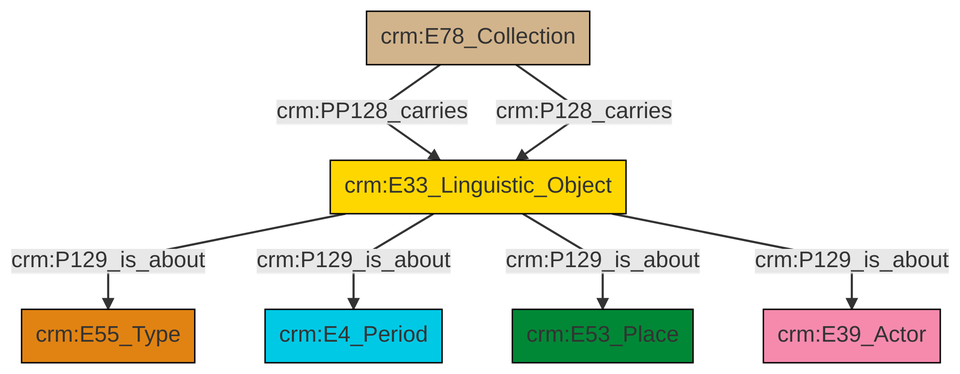
Earlier version of the Mermaid export et/archivalCSV/ttl/mmd/png/archival_aboutness.png (swiss-art-research-net/docs.swissartresearch). Its source is kept beside it as et/archivalCSV/ttl/mmd/archival_aboutness.ttl.mmd.
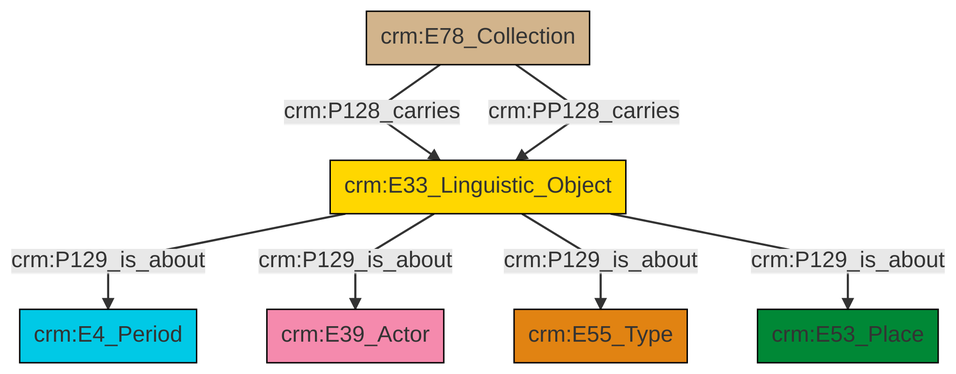
Later version of the same file.

What changed in the source:
```diff
@@ -13,9 +13,9 @@
 classDef PC_Classes fill:#4ce600, stroke:#000000;
 classDef Multi fill:#cccccc,stroke:#000000;
 
-4["crm:E33_Linguistic_Object"]:::Conceptual_Object -->|crm:P129_is_about| 5["crm:E55_Type"]:::Type
-4["crm:E33_Linguistic_Object"]:::Conceptual_Object -->|crm:P129_is_about| 7["crm:E4_Period"]:::Temporal_Entity
-2["crm:E78_Collection"]:::Physical_Thing -->|crm:PP128_carries| 4["crm:E33_Linguistic_Object"]:::Conceptual_Object
-4["crm:E33_Linguistic_Object"]:::Conceptual_Object -->|crm:P129_is_about| 0["crm:E53_Place"]:::Place
-4["crm:E33_Linguistic_Object"]:::Conceptual_Object -->|crm:P129_is_about| 10["crm:E39_Actor"]:::Actor
-2["crm:E78_Collection"]:::Physical_Thing -->|crm:P128_carries| 4["crm:E33_Linguistic_Object"]:::Conceptual_Object
+0["crm:E78_Collection"]:::Physical_Thing -->|crm:P128_carries| 1["crm:E33_Linguistic_Object"]:::Conceptual_Object
+1["crm:E33_Linguistic_Object"]:::Conceptual_Object -->|crm:P129_is_about| 2["crm:E4_Period"]:::Temporal_Entity
+1["crm:E33_Linguistic_Object"]:::Conceptual_Object -->|crm:P129_is_about| 3["crm:E39_Actor"]:::Actor
+1["crm:E33_Linguistic_Object"]:::Conceptual_Object -->|crm:P129_is_about| 4["crm:E55_Type"]:::Type
+0["crm:E78_Collection"]:::Physical_Thing -->|crm:PP128_carries| 1["crm:E33_Linguistic_Object"]:::Conceptual_Object
+1["crm:E33_Linguistic_Object"]:::Conceptual_Object -->|crm:P129_is_about| 8["crm:E53_Place"]:::Place
```
